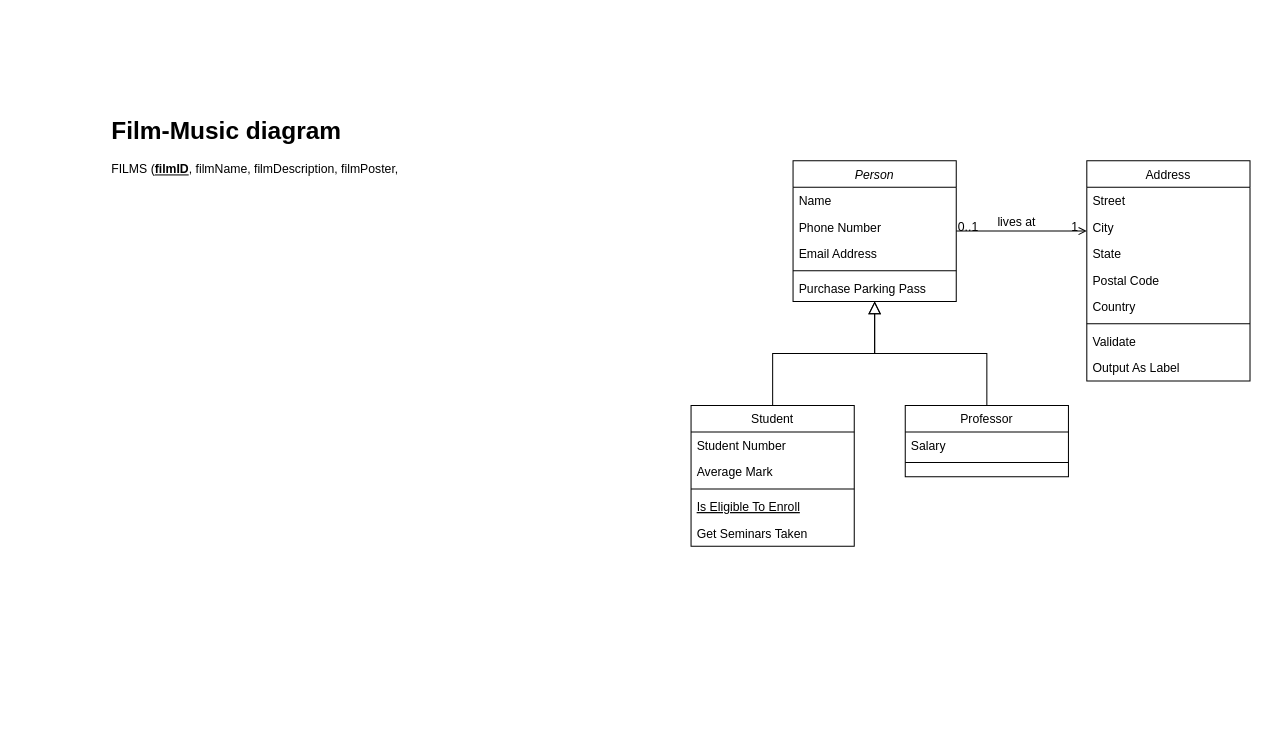
Above: src/database/ERDiagram.drawio in minhnvm2307/Film_and_Music_web (draw.io), before the change. Source tidied: cells renumbered, new cells numbered last; positions are measured from the earlier drawing's top-left corner, leaving out a move shared by most shapes. Both pictures are drawn from the tidied source at 102%, with x=0, y=0 at pixel (109, 109).
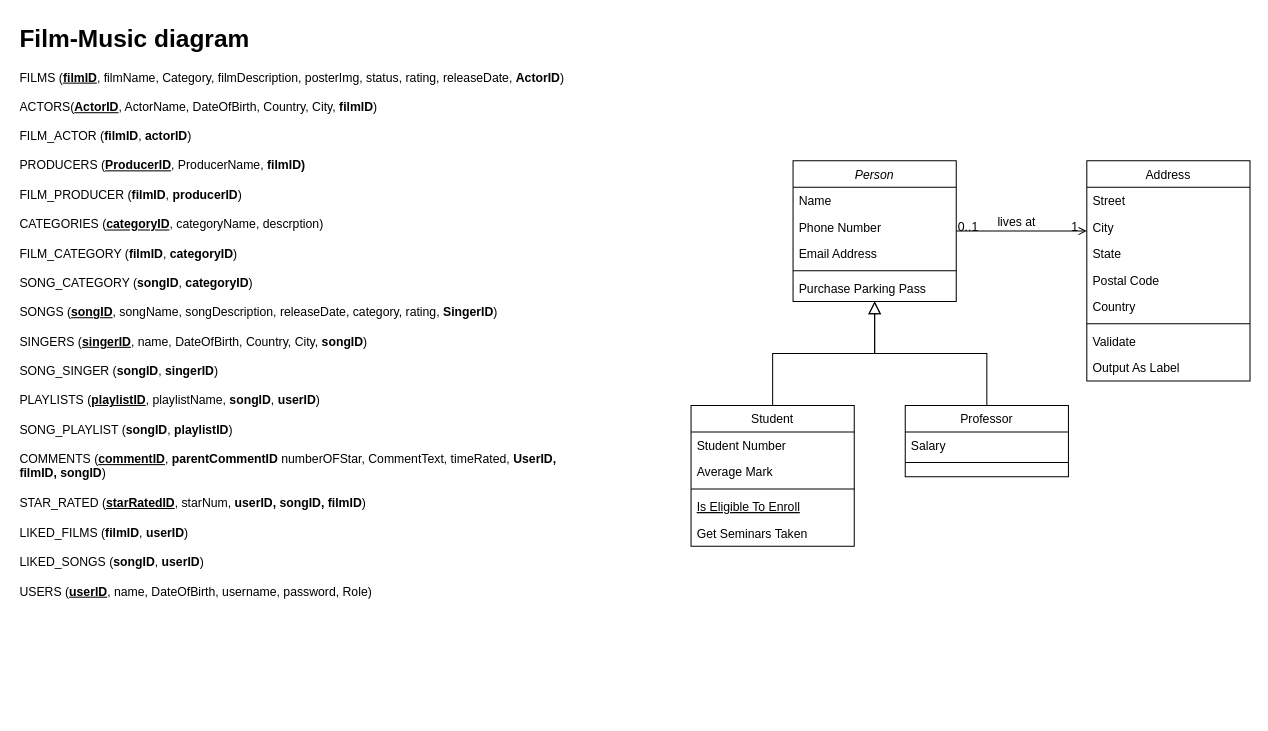
After the change.

What changed in the source:
```diff
@@
-    <mxCell id="32" value="&lt;h1 style=&quot;margin-top: 0px;&quot;&gt;Film-Music diagram&lt;br&gt;&lt;/h1&gt;&lt;div&gt;FILMS (&lt;u&gt;&lt;b&gt;filmID&lt;/b&gt;&lt;/u&gt;, filmName, filmDescription, filmPoster,&amp;nbsp;&lt;/div&gt;" style="text;html=1;whiteSpace=wrap;overflow=hidden;rounded=0;" parent="1" vertex="1">
-      <mxGeometry width="540" height="210" as="geometry" />
+    <mxCell id="32" value="&lt;h1 style=&quot;margin-top: 0px;&quot;&gt;Film-Music diagram&lt;br&gt;&lt;/h1&gt;&lt;div&gt;FILMS (&lt;u&gt;&lt;b&gt;filmID&lt;/b&gt;&lt;/u&gt;, filmName, Category, filmDescription, posterImg, status, rating, releaseDate,&amp;nbsp;&lt;b&gt;ActorID&lt;/b&gt;)&lt;/div&gt;&lt;div&gt;&lt;br&gt;&lt;/div&gt;&lt;div&gt;ACTORS(&lt;b&gt;&lt;u&gt;ActorID&lt;/u&gt;&lt;/b&gt;, ActorName, DateOfBirth, Country, City, &lt;b&gt;filmID&lt;/b&gt;)&lt;/div&gt;&lt;div&gt;&lt;br&gt;&lt;/div&gt;&lt;div&gt;FILM_ACTOR (&lt;b&gt;filmID&lt;/b&gt;, &lt;b&gt;actorID&lt;/b&gt;)&lt;/div&gt;&lt;div&gt;&lt;br&gt;&lt;/div&gt;&lt;div&gt;PRODUCERS (&lt;b&gt;&lt;u&gt;ProducerID&lt;/u&gt;&lt;/b&gt;, ProducerName, &lt;b&gt;filmID)&lt;/b&gt;&lt;/div&gt;&lt;div&gt;&lt;b&gt;&lt;br&gt;&lt;/b&gt;&lt;/div&gt;&lt;div&gt;FILM_PRODUCER (&lt;b&gt;filmID&lt;/b&gt;, &lt;b&gt;producerID&lt;/b&gt;)&lt;/div&gt;&lt;div&gt;&lt;b&gt;&lt;br&gt;&lt;/b&gt;&lt;/div&gt;&lt;div&gt;CATEGORIES (&lt;b&gt;&lt;u&gt;categoryID&lt;/u&gt;&lt;/b&gt;, categoryName, descrption)&lt;/div&gt;&lt;div&gt;&lt;br&gt;&lt;/div&gt;&lt;div&gt;FILM_CATEGORY (&lt;b&gt;filmID&lt;/b&gt;, &lt;b&gt;categoryID&lt;/b&gt;)&lt;/div&gt;&lt;div&gt;&lt;br&gt;&lt;/div&gt;&lt;div&gt;SONG_CATEGORY (&lt;b&gt;songID&lt;/b&gt;, &lt;b&gt;categoryID&lt;/b&gt;)&lt;/div&gt;&lt;div&gt;&lt;br&gt;&lt;/div&gt;&lt;div&gt;SONGS (&lt;b&gt;&lt;u&gt;songID&lt;/u&gt;&lt;/b&gt;, songName, songDescription, releaseDate, category, rating, &lt;b&gt;SingerID&lt;/b&gt;)&lt;/div&gt;&lt;div&gt;&lt;br&gt;&lt;/div&gt;&lt;div&gt;SINGERS (&lt;b&gt;&lt;u&gt;singerID&lt;/u&gt;&lt;/b&gt;, name, DateOfBirth, Country, City, &lt;b&gt;songID&lt;/b&gt;)&lt;/div&gt;&lt;div&gt;&lt;br&gt;&lt;/div&gt;&lt;div&gt;SONG_SINGER (&lt;b&gt;songID&lt;/b&gt;, &lt;b&gt;singerID&lt;/b&gt;)&lt;/div&gt;&lt;div&gt;&lt;br&gt;&lt;/div&gt;&lt;div&gt;PLAYLISTS (&lt;b&gt;&lt;u&gt;playlistID&lt;/u&gt;&lt;/b&gt;, playlistName, &lt;b&gt;songID&lt;/b&gt;, &lt;b&gt;userID&lt;/b&gt;)&lt;/div&gt;&lt;div&gt;&lt;br&gt;&lt;/div&gt;&lt;div&gt;SONG_PLAYLIST (&lt;b&gt;songID&lt;/b&gt;, &lt;b&gt;playlistID&lt;/b&gt;)&lt;/div&gt;&lt;div&gt;&lt;br&gt;&lt;/div&gt;&lt;div&gt;COMMENTS (&lt;b&gt;&lt;u&gt;commentID&lt;/u&gt;&lt;/b&gt;, &lt;b&gt;parentCommentID &lt;/b&gt;numberOFStar, CommentText, timeRated, &lt;b&gt;UserID, filmID, songID&lt;/b&gt;)&lt;/div&gt;&lt;div&gt;&lt;br&gt;&lt;/div&gt;&lt;div&gt;STAR_RATED (&lt;b&gt;&lt;u&gt;starRatedID&lt;/u&gt;&lt;/b&gt;, starNum, &lt;b&gt;userID, songID, filmID&lt;/b&gt;)&lt;/div&gt;&lt;div&gt;&lt;br&gt;&lt;/div&gt;&lt;div&gt;LIKED_FILMS (&lt;b&gt;filmID&lt;/b&gt;, &lt;b&gt;userID&lt;/b&gt;)&lt;/div&gt;&lt;div&gt;&lt;br&gt;&lt;/div&gt;&lt;div&gt;LIKED_SONGS (&lt;b&gt;songID&lt;/b&gt;, &lt;b&gt;userID&lt;/b&gt;)&lt;/div&gt;&lt;div&gt;&lt;br&gt;&lt;/div&gt;&lt;div&gt;USERS (&lt;b&gt;&lt;u&gt;userID&lt;/u&gt;&lt;/b&gt;, name, DateOfBirth, username, password, Role)&lt;br&gt;&lt;/div&gt;" style="text;html=1;whiteSpace=wrap;overflow=hidden;rounded=0;" parent="1" vertex="1">
+      <mxGeometry x="-90" y="-90" width="540" height="680" as="geometry" />
     </mxCell>
```
